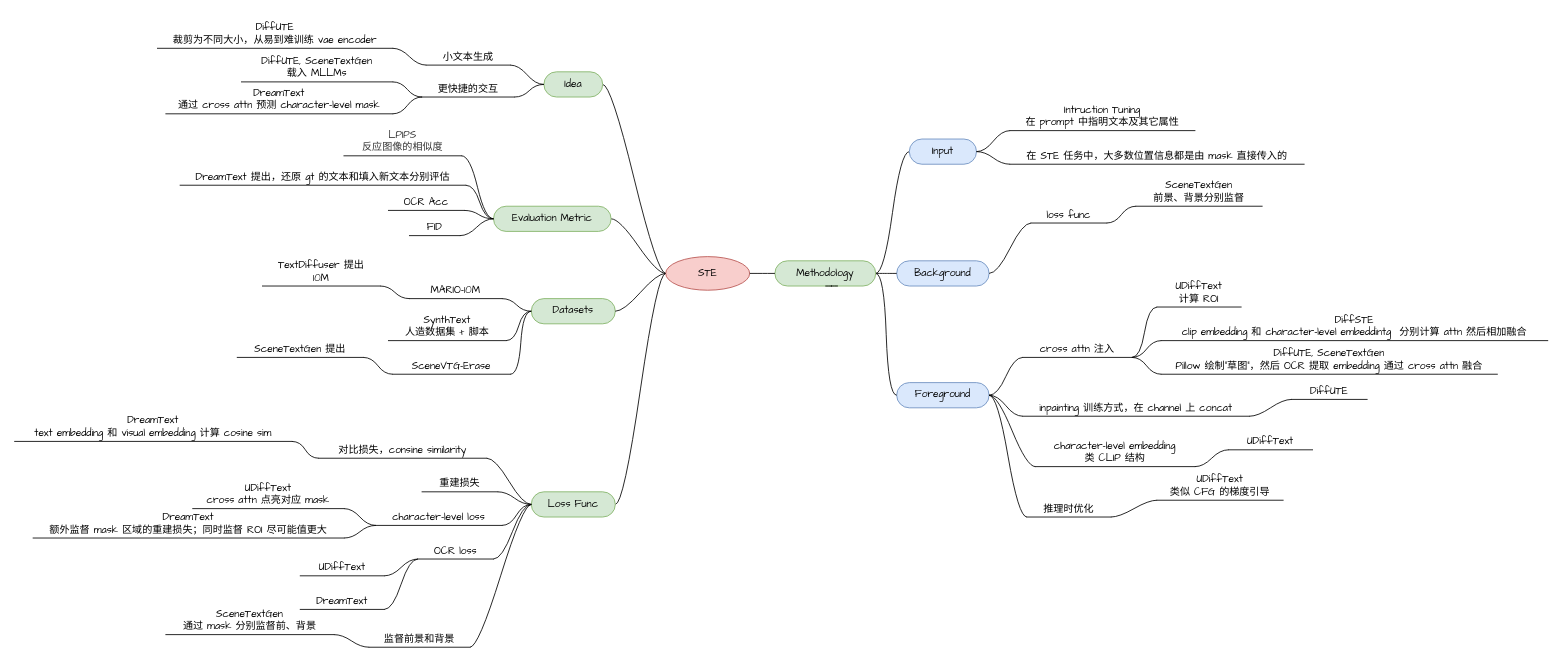
Above: tasks/visual-text-generation/scene-text-editing/scene-text-editing-思路导图.drawio in GolfHotelSierra/note (draw.io), before the change. Source tidied: cells renumbered, new cells numbered last; positions are measured from the earlier drawing's top-left corner, leaving out a move shared by most shapes. Both pictures are drawn from the tidied source at 84%, with x=0, y=0 at pixel (14, 14).
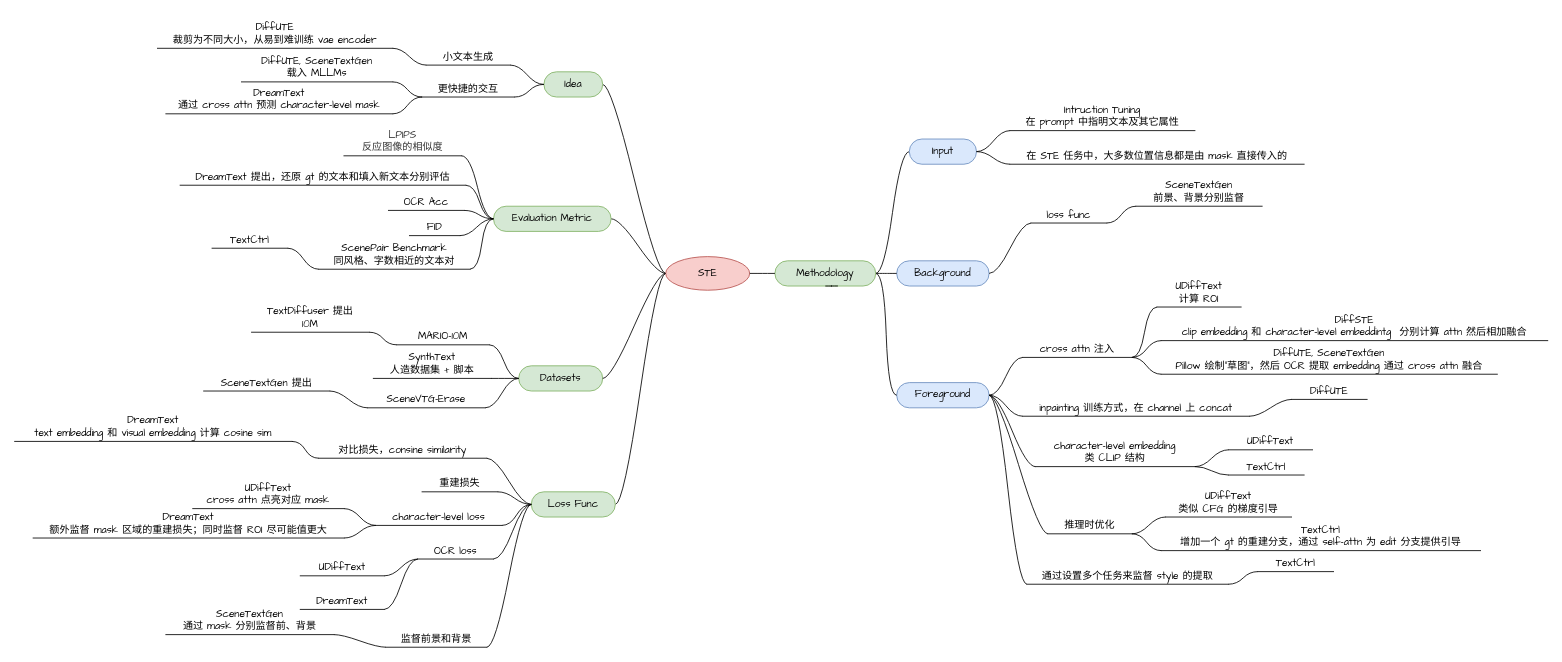
After the change.

The change refers to these unchanged cells:
```xml
<mxCell id="7" value="Foreground" style="whiteSpace=wrap;html=1;rounded=1;arcSize=50;align=center;verticalAlign=middle;strokeWidth=1;spacing=4;newEdgeStyle={&quot;edgeStyle&quot;:&quot;entityRelationEdgeStyle&quot;,&quot;startArrow&quot;:&quot;none&quot;,&quot;endArrow&quot;:&quot;none&quot;,&quot;segment&quot;:10,&quot;curved&quot;:1,&quot;sourcePerimeterSpacing&quot;:0,&quot;targetPerimeterSpacing&quot;:0};fillColor=#dae8fc;strokeColor=#6c8ebf;fontFamily=Comic Sans MS;" parent="1" vertex="1">
  <mxGeometry x="1050" y="438" width="110" height="30" as="geometry" />
</mxCell>
<mxCell id="27" value="Evaluation Metric" style="whiteSpace=wrap;html=1;rounded=1;arcSize=50;align=center;verticalAlign=middle;strokeWidth=1;spacing=4;newEdgeStyle={&quot;edgeStyle&quot;:&quot;entityRelationEdgeStyle&quot;,&quot;startArrow&quot;:&quot;none&quot;,&quot;endArrow&quot;:&quot;none&quot;,&quot;segment&quot;:10,&quot;curved&quot;:1,&quot;sourcePerimeterSpacing&quot;:0,&quot;targetPerimeterSpacing&quot;:0};fillColor=#d5e8d4;strokeColor=#82b366;fontFamily=Comic Sans MS;" parent="1" vertex="1">
  <mxGeometry x="570" y="228" width="140" height="30" as="geometry" />
</mxCell>
<mxCell id="46" value="character-level embedding&lt;div&gt;类 CLIP 结构&lt;/div&gt;" style="whiteSpace=wrap;html=1;shape=partialRectangle;top=0;left=0;bottom=1;right=0;points=[[0,1],[1,1]];fillColor=none;align=center;verticalAlign=bottom;routingCenterY=0.5;snapToPoint=1;newEdgeStyle={&quot;edgeStyle&quot;:&quot;entityRelationEdgeStyle&quot;,&quot;startArrow&quot;:&quot;none&quot;,&quot;endArrow&quot;:&quot;none&quot;,&quot;segment&quot;:10,&quot;curved&quot;:1,&quot;sourcePerimeterSpacing&quot;:0,&quot;targetPerimeterSpacing&quot;:0};fontFamily=Comic Sans MS;" parent="1" vertex="1">
  <mxGeometry x="1215" y="498" width="190" height="40" as="geometry" />
</mxCell>
```

Diff of the diagram source:
```diff
@@
     <mxCell id="14" value="Datasets" style="whiteSpace=wrap;html=1;rounded=1;arcSize=50;align=center;verticalAlign=middle;strokeWidth=1;spacing=4;newEdgeStyle={&quot;edgeStyle&quot;:&quot;entityRelationEdgeStyle&quot;,&quot;startArrow&quot;:&quot;none&quot;,&quot;endArrow&quot;:&quot;none&quot;,&quot;segment&quot;:10,&quot;curved&quot;:1,&quot;sourcePerimeterSpacing&quot;:0,&quot;targetPerimeterSpacing&quot;:0};fillColor=#d5e8d4;strokeColor=#82b366;fontFamily=Comic Sans MS;" parent="1" vertex="1">
-      <mxGeometry x="615" y="338" width="100" height="30" as="geometry" />
+      <mxGeometry x="600" y="418" width="100" height="30" as="geometry" />
     </mxCell>
@@
+    <mxCell id="98" style="edgeStyle=entityRelationEdgeStyle;rounded=0;jettySize=auto;html=1;startArrow=none;endArrow=none;segment=10;curved=1;sourcePerimeterSpacing=0;targetPerimeterSpacing=0;entryX=1;entryY=1;entryDx=0;entryDy=0;" parent="1" edge="1" source="27" target="107">
+      <mxGeometry relative="1" as="geometry" />
+    </mxCell>
@@
     <mxCell id="60" value="推理时优化" style="whiteSpace=wrap;html=1;shape=partialRectangle;top=0;left=0;bottom=1;right=0;points=[[0,1],[1,1]];fillColor=none;align=center;verticalAlign=bottom;routingCenterY=0.5;snapToPoint=1;newEdgeStyle={&quot;edgeStyle&quot;:&quot;entityRelationEdgeStyle&quot;,&quot;startArrow&quot;:&quot;none&quot;,&quot;endArrow&quot;:&quot;none&quot;,&quot;segment&quot;:10,&quot;curved&quot;:1,&quot;sourcePerimeterSpacing&quot;:0,&quot;targetPerimeterSpacing&quot;:0};fontFamily=Comic Sans MS;" parent="1" vertex="1">
-      <mxGeometry x="1205" y="568" width="100" height="30" as="geometry" />
+      <mxGeometry x="1230" y="588" width="100" height="30" as="geometry" />
     </mxCell>
@@
     <mxCell id="62" value="UDiffText&lt;div&gt;类似 CFG 的梯度引导&lt;/div&gt;" style="whiteSpace=wrap;html=1;shape=partialRectangle;top=0;left=0;bottom=1;right=0;points=[[0,1],[1,1]];fillColor=none;align=center;verticalAlign=bottom;routingCenterY=0.5;snapToPoint=1;newEdgeStyle={&quot;edgeStyle&quot;:&quot;entityRelationEdgeStyle&quot;,&quot;startArrow&quot;:&quot;none&quot;,&quot;endArrow&quot;:&quot;none&quot;,&quot;segment&quot;:10,&quot;curved&quot;:1,&quot;sourcePerimeterSpacing&quot;:0,&quot;targetPerimeterSpacing&quot;:0};fontFamily=Comic Sans MS;" parent="1" vertex="1">
-      <mxGeometry x="1360" y="538" width="150" height="40" as="geometry" />
+      <mxGeometry x="1370" y="558" width="150" height="40" as="geometry" />
     </mxCell>
@@
     <mxCell id="66" value="MARIO-10M" style="whiteSpace=wrap;html=1;shape=partialRectangle;top=0;left=0;bottom=1;right=0;points=[[0,1],[1,1]];fillColor=none;align=center;verticalAlign=bottom;routingCenterY=0.5;snapToPoint=1;newEdgeStyle={&quot;edgeStyle&quot;:&quot;entityRelationEdgeStyle&quot;,&quot;startArrow&quot;:&quot;none&quot;,&quot;endArrow&quot;:&quot;none&quot;,&quot;segment&quot;:10,&quot;curved&quot;:1,&quot;sourcePerimeterSpacing&quot;:0,&quot;targetPerimeterSpacing&quot;:0};fontFamily=Comic Sans MS;" parent="1" vertex="1">
-      <mxGeometry x="470" y="308" width="110" height="30" as="geometry" />
+      <mxGeometry x="455" y="363" width="110" height="30" as="geometry" />
     </mxCell>
@@
     <mxCell id="68" value="TextDiffuser 提出&lt;div&gt;10M&lt;/div&gt;" style="whiteSpace=wrap;html=1;shape=partialRectangle;top=0;left=0;bottom=1;right=0;points=[[0,1],[1,1]];fillColor=none;align=center;verticalAlign=bottom;routingCenterY=0.5;snapToPoint=1;newEdgeStyle={&quot;edgeStyle&quot;:&quot;entityRelationEdgeStyle&quot;,&quot;startArrow&quot;:&quot;none&quot;,&quot;endArrow&quot;:&quot;none&quot;,&quot;segment&quot;:10,&quot;curved&quot;:1,&quot;sourcePerimeterSpacing&quot;:0,&quot;targetPerimeterSpacing&quot;:0};fontFamily=Comic Sans MS;" parent="1" vertex="1">
-      <mxGeometry x="295" y="283" width="140" height="40" as="geometry" />
+      <mxGeometry x="282" y="338" width="140" height="40" as="geometry" />
     </mxCell>
@@
     <mxCell id="82" value="SynthText&lt;div&gt;人造数据集 + 脚本&lt;/div&gt;" style="whiteSpace=wrap;html=1;shape=partialRectangle;top=0;left=0;bottom=1;right=0;points=[[0,1],[1,1]];fillColor=none;align=center;verticalAlign=bottom;routingCenterY=0.5;snapToPoint=1;newEdgeStyle={&quot;edgeStyle&quot;:&quot;entityRelationEdgeStyle&quot;,&quot;startArrow&quot;:&quot;none&quot;,&quot;endArrow&quot;:&quot;none&quot;,&quot;segment&quot;:10,&quot;curved&quot;:1,&quot;sourcePerimeterSpacing&quot;:0,&quot;targetPerimeterSpacing&quot;:0};fontFamily=Comic Sans MS;" parent="1" vertex="1">
-      <mxGeometry x="445" y="348" width="140" height="40" as="geometry" />
+      <mxGeometry x="427" y="393" width="140" height="40" as="geometry" />
     </mxCell>
@@
     <mxCell id="86" value="监督前景和背景" style="whiteSpace=wrap;html=1;shape=partialRectangle;top=0;left=0;bottom=1;right=0;points=[[0,1],[1,1]];fillColor=none;align=center;verticalAlign=bottom;routingCenterY=0.5;snapToPoint=1;newEdgeStyle={&quot;edgeStyle&quot;:&quot;entityRelationEdgeStyle&quot;,&quot;startArrow&quot;:&quot;none&quot;,&quot;endArrow&quot;:&quot;none&quot;,&quot;segment&quot;:10,&quot;curved&quot;:1,&quot;sourcePerimeterSpacing&quot;:0,&quot;targetPerimeterSpacing&quot;:0};fontFamily=Comic Sans MS;" parent="1" vertex="1">
-      <mxGeometry x="422" y="723" width="120" height="30" as="geometry" />
+      <mxGeometry x="442" y="723" width="120" height="30" as="geometry" />
     </mxCell>
@@
     <mxCell id="94" value="SceneVTG-Erase" style="whiteSpace=wrap;html=1;shape=partialRectangle;top=0;left=0;bottom=1;right=0;points=[[0,1],[1,1]];fillColor=none;align=center;verticalAlign=bottom;routingCenterY=0.5;snapToPoint=1;newEdgeStyle={&quot;edgeStyle&quot;:&quot;entityRelationEdgeStyle&quot;,&quot;startArrow&quot;:&quot;none&quot;,&quot;endArrow&quot;:&quot;none&quot;,&quot;segment&quot;:10,&quot;curved&quot;:1,&quot;sourcePerimeterSpacing&quot;:0,&quot;targetPerimeterSpacing&quot;:0};fontFamily=Comic Sans MS;" parent="1" vertex="1">
-      <mxGeometry x="450" y="398" width="140" height="30" as="geometry" />
+      <mxGeometry x="420" y="438" width="140" height="30" as="geometry" />
     </mxCell>
@@
     <mxCell id="96" value="SceneTextGen 提出" style="whiteSpace=wrap;html=1;shape=partialRectangle;top=0;left=0;bottom=1;right=0;points=[[0,1],[1,1]];fillColor=none;align=center;verticalAlign=bottom;routingCenterY=0.5;snapToPoint=1;newEdgeStyle={&quot;edgeStyle&quot;:&quot;entityRelationEdgeStyle&quot;,&quot;startArrow&quot;:&quot;none&quot;,&quot;endArrow&quot;:&quot;none&quot;,&quot;segment&quot;:10,&quot;curved&quot;:1,&quot;sourcePerimeterSpacing&quot;:0,&quot;targetPerimeterSpacing&quot;:0};fontFamily=Comic Sans MS;" parent="1" vertex="1">
-      <mxGeometry x="265" y="378" width="150" height="30" as="geometry" />
+      <mxGeometry x="225" y="418" width="150" height="30" as="geometry" />
     </mxCell>
@@
+    <mxCell id="99" value="TextCtrl" style="whiteSpace=wrap;html=1;shape=partialRectangle;top=0;left=0;bottom=1;right=0;points=[[0,1],[1,1]];fillColor=none;align=center;verticalAlign=bottom;routingCenterY=0.5;snapToPoint=1;newEdgeStyle={&quot;edgeStyle&quot;:&quot;entityRelationEdgeStyle&quot;,&quot;startArrow&quot;:&quot;none&quot;,&quot;endArrow&quot;:&quot;none&quot;,&quot;segment&quot;:10,&quot;curved&quot;:1,&quot;sourcePerimeterSpacing&quot;:0,&quot;targetPerimeterSpacing&quot;:0};fontFamily=Comic Sans MS;" parent="1" vertex="1">
+      <mxGeometry x="1445" y="518" width="90" height="30" as="geometry" />
+    </mxCell>
+    <mxCell id="100" style="edgeStyle=entityRelationEdgeStyle;startArrow=none;endArrow=none;segment=10;curved=1;sourcePerimeterSpacing=0;targetPerimeterSpacing=0;rounded=0;fontFamily=Comic Sans MS;" parent="1" edge="1" source="46" target="99">
+      <mxGeometry x="860" y="430" as="geometry" />
+    </mxCell>
+    <mxCell id="101" value="通过设置多个任务来监督 style 的提取" style="whiteSpace=wrap;html=1;shape=partialRectangle;top=0;left=0;bottom=1;right=0;points=[[0,1],[1,1]];fillColor=none;align=center;verticalAlign=bottom;routingCenterY=0.5;snapToPoint=1;newEdgeStyle={&quot;edgeStyle&quot;:&quot;entityRelationEdgeStyle&quot;,&quot;startArrow&quot;:&quot;none&quot;,&quot;endArrow&quot;:&quot;none&quot;,&quot;segment&quot;:10,&quot;curved&quot;:1,&quot;sourcePerimeterSpacing&quot;:0,&quot;targetPerimeterSpacing&quot;:0};fontFamily=Comic Sans MS;" parent="1" vertex="1" collapsed="1">
+      <mxGeometry x="1205" y="648" width="240" height="30" as="geometry" />
+    </mxCell>
+    <mxCell id="102" style="edgeStyle=entityRelationEdgeStyle;startArrow=none;endArrow=none;segment=10;curved=1;sourcePerimeterSpacing=0;targetPerimeterSpacing=0;rounded=0;fontFamily=Comic Sans MS;" parent="1" edge="1" source="7" target="101">
+      <mxGeometry x="615" y="365" as="geometry" />
+    </mxCell>
+    <mxCell id="103" value="TextCtrl&lt;div&gt;增加一个 gt 的重建分支，通过 self-attn 为 edit 分支提供引导&lt;/div&gt;" style="whiteSpace=wrap;html=1;shape=partialRectangle;top=0;left=0;bottom=1;right=0;points=[[0,1],[1,1]];fillColor=none;align=center;verticalAlign=bottom;routingCenterY=0.5;snapToPoint=1;newEdgeStyle={&quot;edgeStyle&quot;:&quot;entityRelationEdgeStyle&quot;,&quot;startArrow&quot;:&quot;none&quot;,&quot;endArrow&quot;:&quot;none&quot;,&quot;segment&quot;:10,&quot;curved&quot;:1,&quot;sourcePerimeterSpacing&quot;:0,&quot;targetPerimeterSpacing&quot;:0};fontFamily=Comic Sans MS;" parent="1" vertex="1">
+      <mxGeometry x="1365" y="598" width="380" height="40" as="geometry" />
+    </mxCell>
+    <mxCell id="104" style="edgeStyle=entityRelationEdgeStyle;startArrow=none;endArrow=none;segment=10;curved=1;sourcePerimeterSpacing=0;targetPerimeterSpacing=0;rounded=0;fontFamily=Comic Sans MS;" parent="1" edge="1" source="60" target="103">
+      <mxGeometry x="785" y="510" as="geometry" />
+    </mxCell>
+    <mxCell id="105" value="TextCtrl" style="whiteSpace=wrap;html=1;shape=partialRectangle;top=0;left=0;bottom=1;right=0;points=[[0,1],[1,1]];fillColor=none;align=center;verticalAlign=bottom;routingCenterY=0.5;snapToPoint=1;newEdgeStyle={&quot;edgeStyle&quot;:&quot;entityRelationEdgeStyle&quot;,&quot;startArrow&quot;:&quot;none&quot;,&quot;endArrow&quot;:&quot;none&quot;,&quot;segment&quot;:10,&quot;curved&quot;:1,&quot;sourcePerimeterSpacing&quot;:0,&quot;targetPerimeterSpacing&quot;:0};fontFamily=Comic Sans MS;" parent="1" vertex="1">
+      <mxGeometry x="1480" y="633" width="90" height="30" as="geometry" />
+    </mxCell>
+    <mxCell id="106" style="edgeStyle=entityRelationEdgeStyle;startArrow=none;endArrow=none;segment=10;curved=1;sourcePerimeterSpacing=0;targetPerimeterSpacing=0;rounded=0;" parent="1" edge="1" source="101" target="105">
+      <mxGeometry x="900" y="575" as="geometry" />
+    </mxCell>
+    <mxCell id="107" value="&lt;span style=&quot;&quot;&gt;ScenePair Benchmark&lt;/span&gt;&lt;div style=&quot;&quot;&gt;同风格、字数相近的文本对&lt;/div&gt;" style="whiteSpace=wrap;html=1;shape=partialRectangle;top=0;left=0;bottom=1;right=0;points=[[0,1],[1,1]];fillColor=none;align=center;verticalAlign=bottom;routingCenterY=0.5;snapToPoint=1;newEdgeStyle={&quot;edgeStyle&quot;:&quot;entityRelationEdgeStyle&quot;,&quot;startArrow&quot;:&quot;none&quot;,&quot;endArrow&quot;:&quot;none&quot;,&quot;segment&quot;:10,&quot;curved&quot;:1,&quot;sourcePerimeterSpacing&quot;:0,&quot;targetPerimeterSpacing&quot;:0};fontFamily=Comic Sans MS;" parent="1" vertex="1">
+      <mxGeometry x="362" y="263" width="180" height="40" as="geometry" />
+    </mxCell>
+    <mxCell id="108" value="&lt;font face=&quot;Comic Sans MS&quot;&gt;TextCtrl&lt;/font&gt;" style="whiteSpace=wrap;html=1;shape=partialRectangle;top=0;left=0;bottom=1;right=0;points=[[0,1],[1,1]];fillColor=none;align=center;verticalAlign=bottom;routingCenterY=0.5;snapToPoint=1;newEdgeStyle={&quot;edgeStyle&quot;:&quot;entityRelationEdgeStyle&quot;,&quot;startArrow&quot;:&quot;none&quot;,&quot;endArrow&quot;:&quot;none&quot;,&quot;segment&quot;:10,&quot;curved&quot;:1,&quot;sourcePerimeterSpacing&quot;:0,&quot;targetPerimeterSpacing&quot;:0};" parent="1" vertex="1">
+      <mxGeometry x="235" y="248" width="90" height="30" as="geometry" />
+    </mxCell>
+    <mxCell id="109" style="edgeStyle=entityRelationEdgeStyle;startArrow=none;endArrow=none;segment=10;curved=1;sourcePerimeterSpacing=0;targetPerimeterSpacing=0;rounded=0;" parent="1" edge="1" source="107" target="108">
+      <mxGeometry x="-383" y="330" as="geometry" />
+    </mxCell>
```
